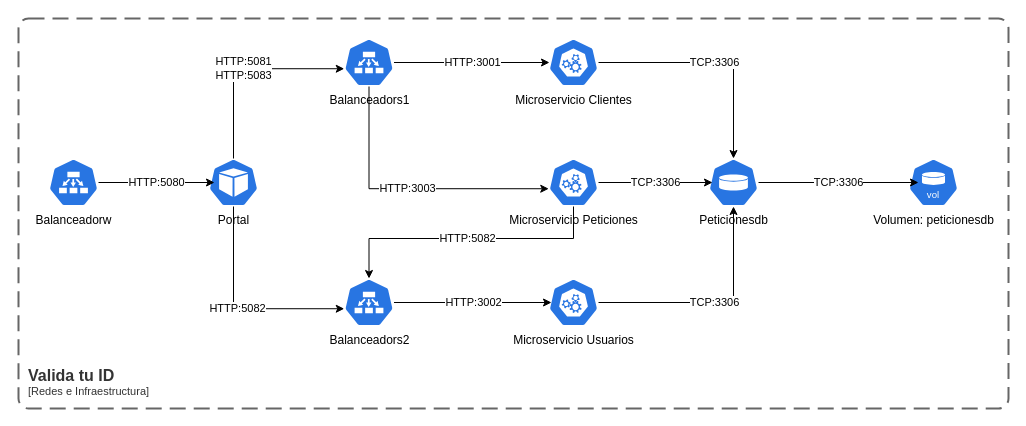
This is page "Página-2" (2 of 4) of Doc/Diagramas.drawio from Jakcobo/ValidaTuID, a draw.io file, before an edit. Source tidied: cells renumbered, new cells numbered last; positions are measured from the earlier drawing's top-left corner, leaving out a move shared by most shapes. Both pictures are drawn from the tidied source at 100%, with x=0, y=0 at pixel (18, 18).
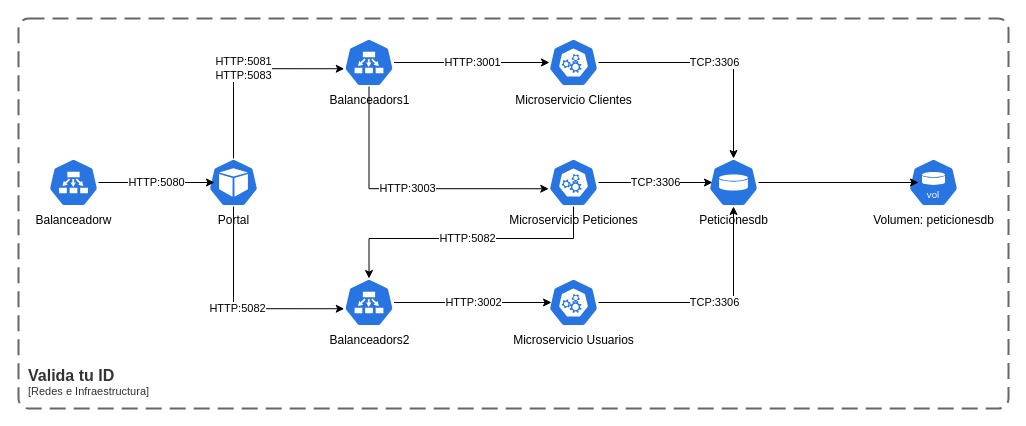
The same diagram, later.

Commit message (it also covers changes not shown here):
Corrección Diagrama de Comunicación

The change refers to these unchanged cells:
```xml
<mxCell id="6" value="Peticionesdb" style="sketch=0;html=1;dashed=0;whitespace=wrap;verticalLabelPosition=bottom;verticalAlign=top;fillColor=#2875E2;strokeColor=#ffffff;points=[[0.005,0.63,0],[0.1,0.2,0],[0.9,0.2,0],[0.5,0,0],[0.995,0.63,0],[0.72,0.99,0],[0.5,1,0],[0.28,0.99,0]];shape=mxgraph.kubernetes.icon2;prIcon=vol;" parent="1" vertex="1">
  <mxGeometry x="690" y="140" width="50" height="48" as="geometry" />
</mxCell>
<mxCell id="11" value="Volumen:&amp;nbsp;peticionesdb" style="sketch=0;html=1;dashed=0;whitespace=wrap;verticalLabelPosition=bottom;verticalAlign=top;fillColor=#2875E2;strokeColor=#ffffff;points=[[0.005,0.63,0],[0.1,0.2,0],[0.9,0.2,0],[0.5,0,0],[0.995,0.63,0],[0.72,0.99,0],[0.5,1,0],[0.28,0.99,0]];shape=mxgraph.kubernetes.icon2;kubernetesLabel=1;prIcon=vol;" parent="1" vertex="1">
  <mxGeometry x="890" y="140" width="50" height="48" as="geometry" />
</mxCell>
```

Change to the diagram source:
```diff
@@
-    <mxCell id="21" value="TCP:3306" style="edgeStyle=orthogonalEdgeStyle;rounded=0;jettySize=auto;html=1;entryX=0.2;entryY=0.5;entryDx=0;entryDy=0;entryPerimeter=0;" parent="1" edge="1" source="6" target="11">
+    <mxCell id="21" style="edgeStyle=orthogonalEdgeStyle;rounded=0;jettySize=auto;html=1;entryX=0.2;entryY=0.5;entryDx=0;entryDy=0;entryPerimeter=0;" parent="1" edge="1" source="6" target="11">
       <mxGeometry relative="1" as="geometry" />
     </mxCell>
```
